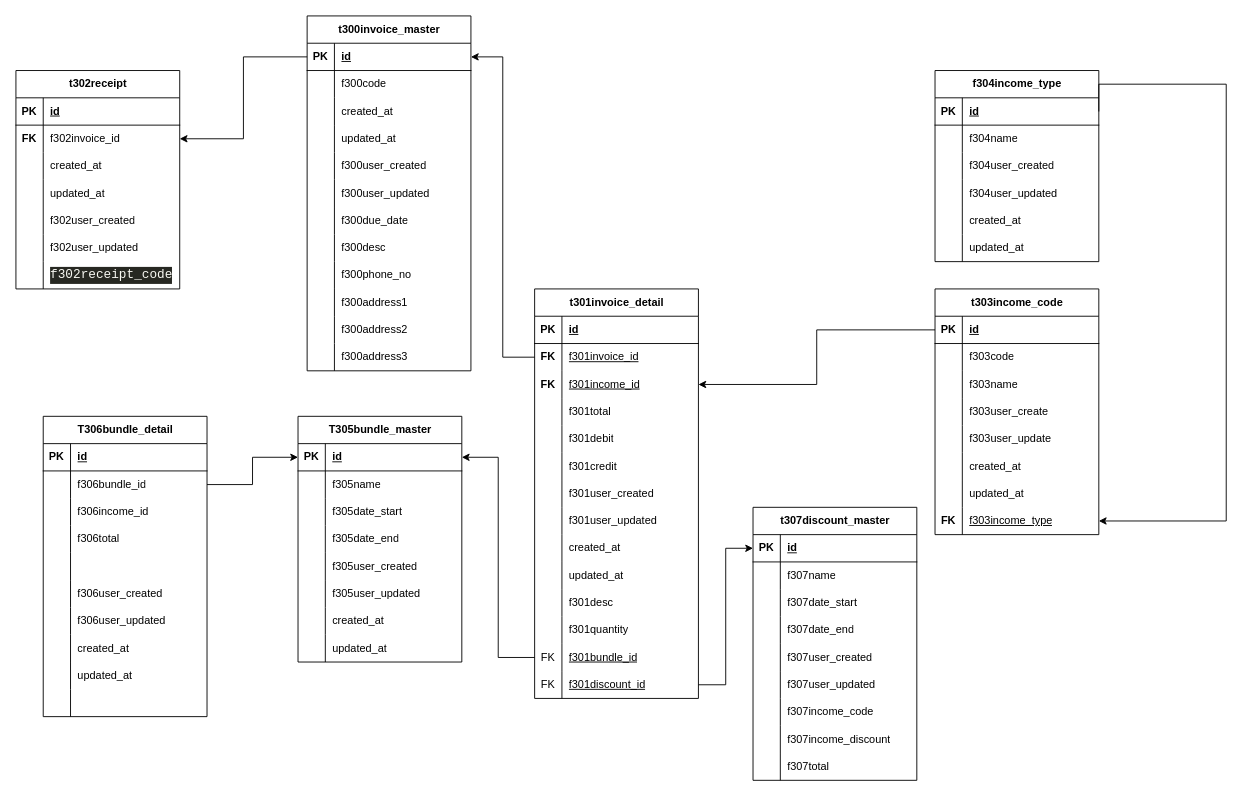
This is page "Billing Management" (2 of 5) of rentall_app.drawio from harishaikal940322/diagram, a draw.io file, before an edit. Source tidied: cells renumbered, new cells numbered last; positions are measured from the earlier drawing's top-left corner, leaving out a move shared by most shapes. Both pictures are drawn from the tidied source at 91%, with x=0, y=0 at pixel (15, 15).
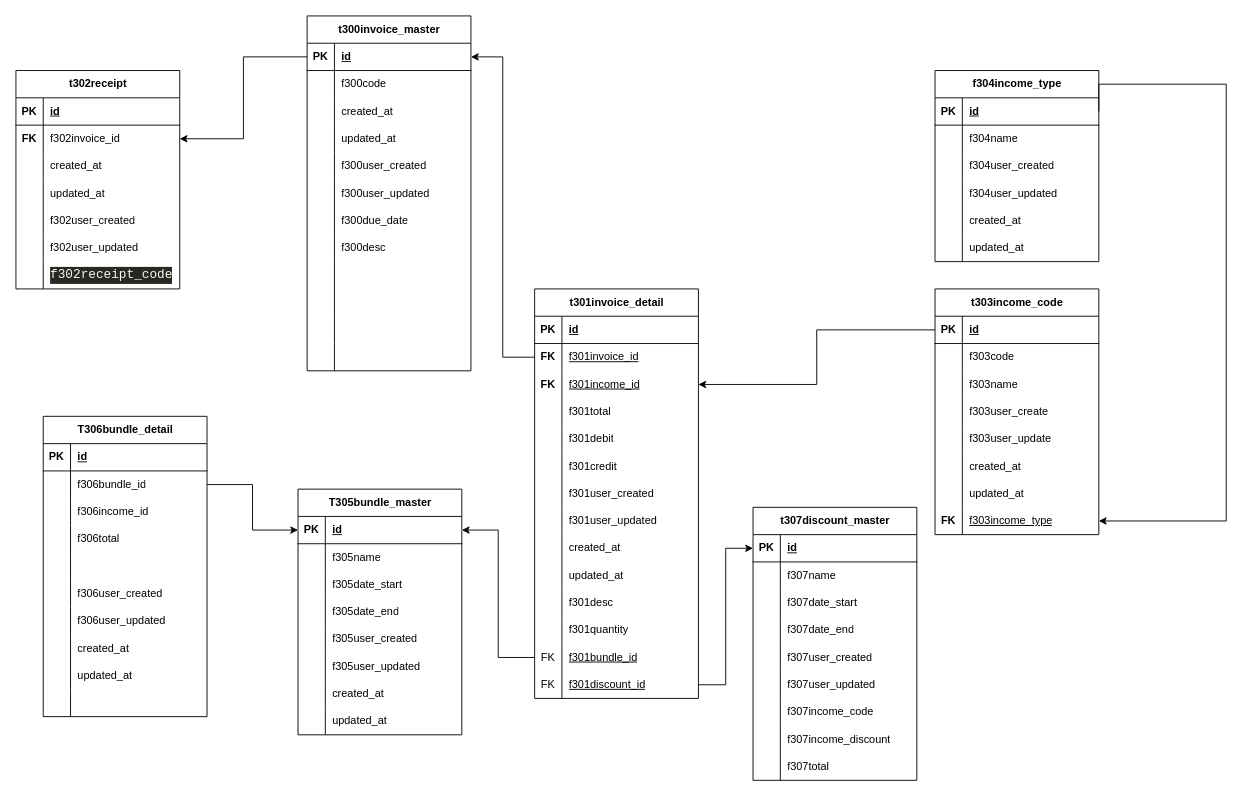
The same diagram, later.

Unchanged cells that the change refers to:
```xml
<mxCell id="27" style="shape=tableRow;horizontal=0;startSize=0;swimlaneHead=0;swimlaneBody=0;fillColor=none;top=0;left=0;right=0;bottom=0;" parent="2" vertex="1">
  <mxGeometry y="270" width="180" height="30" as="geometry" />
</mxCell>
<mxCell id="30" style="shape=tableRow;horizontal=0;startSize=0;swimlaneHead=0;swimlaneBody=0;fillColor=none;top=0;left=0;right=0;bottom=0;" parent="2" vertex="1">
  <mxGeometry y="300" width="180" height="30" as="geometry" />
</mxCell>
<mxCell id="33" style="shape=tableRow;horizontal=0;startSize=0;swimlaneHead=0;swimlaneBody=0;fillColor=none;top=0;left=0;right=0;bottom=0;" parent="2" vertex="1">
  <mxGeometry y="330" width="180" height="30" as="geometry" />
</mxCell>
<mxCell id="36" style="shape=tableRow;horizontal=0;startSize=0;swimlaneHead=0;swimlaneBody=0;fillColor=none;top=0;left=0;right=0;bottom=0;" parent="2" vertex="1">
  <mxGeometry y="360" width="180" height="30" as="geometry" />
</mxCell>
```

Change to the diagram source:
```diff
@@
-    <mxCell id="29" value="f300phone_no" style="shape=partialRectangle;fillColor=none;top=0;left=0;bottom=0;right=0;align=left;spacingLeft=6;overflow=hidden;whiteSpace=wrap;html=1;" parent="27" vertex="1">
+    <mxCell id="29" style="shape=partialRectangle;fillColor=none;top=0;left=0;bottom=0;right=0;align=left;spacingLeft=6;overflow=hidden;whiteSpace=wrap;html=1;" parent="27" vertex="1">
       <mxGeometry x="30" width="150" height="30" as="geometry" />
     </mxCell>
@@
-    <mxCell id="32" value="f300address1" style="shape=partialRectangle;fillColor=none;top=0;left=0;bottom=0;right=0;align=left;spacingLeft=6;overflow=hidden;whiteSpace=wrap;html=1;" parent="30" vertex="1">
+    <mxCell id="32" style="shape=partialRectangle;fillColor=none;top=0;left=0;bottom=0;right=0;align=left;spacingLeft=6;overflow=hidden;whiteSpace=wrap;html=1;" parent="30" vertex="1">
       <mxGeometry x="30" width="150" height="30" as="geometry" />
     </mxCell>
@@
-    <mxCell id="35" value="f300address2" style="shape=partialRectangle;fillColor=none;top=0;left=0;bottom=0;right=0;align=left;spacingLeft=6;overflow=hidden;whiteSpace=wrap;html=1;" parent="33" vertex="1">
+    <mxCell id="35" style="shape=partialRectangle;fillColor=none;top=0;left=0;bottom=0;right=0;align=left;spacingLeft=6;overflow=hidden;whiteSpace=wrap;html=1;" parent="33" vertex="1">
       <mxGeometry x="30" width="150" height="30" as="geometry" />
     </mxCell>
@@
-    <mxCell id="38" value="f300address3" style="shape=partialRectangle;fillColor=none;top=0;left=0;bottom=0;right=0;align=left;spacingLeft=6;overflow=hidden;whiteSpace=wrap;html=1;" parent="36" vertex="1">
+    <mxCell id="38" style="shape=partialRectangle;fillColor=none;top=0;left=0;bottom=0;right=0;align=left;spacingLeft=6;overflow=hidden;whiteSpace=wrap;html=1;" parent="36" vertex="1">
       <mxGeometry x="30" width="150" height="30" as="geometry" />
     </mxCell>
@@
     <mxCell id="152" value="T305bundle_master" style="shape=table;startSize=30;childLayout=tableLayout;rowLines=0;fontStyle=1;align=center;html=1;" parent="1" vertex="1">
-      <mxGeometry x="310" y="440" width="180" height="270" as="geometry" />
+      <mxGeometry x="310" y="520" width="180" height="270" as="geometry" />
     </mxCell>
```
